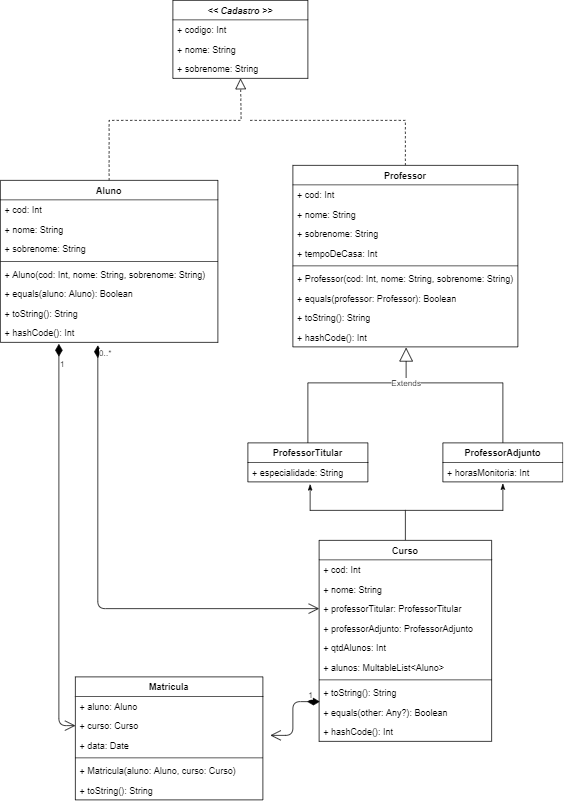
Earlier version of the draw.io export UML.png (btmluiz/digitalhouse-desafio-kotlin). Source tidied: cells renumbered, new cells last; positions are measured from the earlier drawing's top-left corner, leaving out a move shared by most shapes.
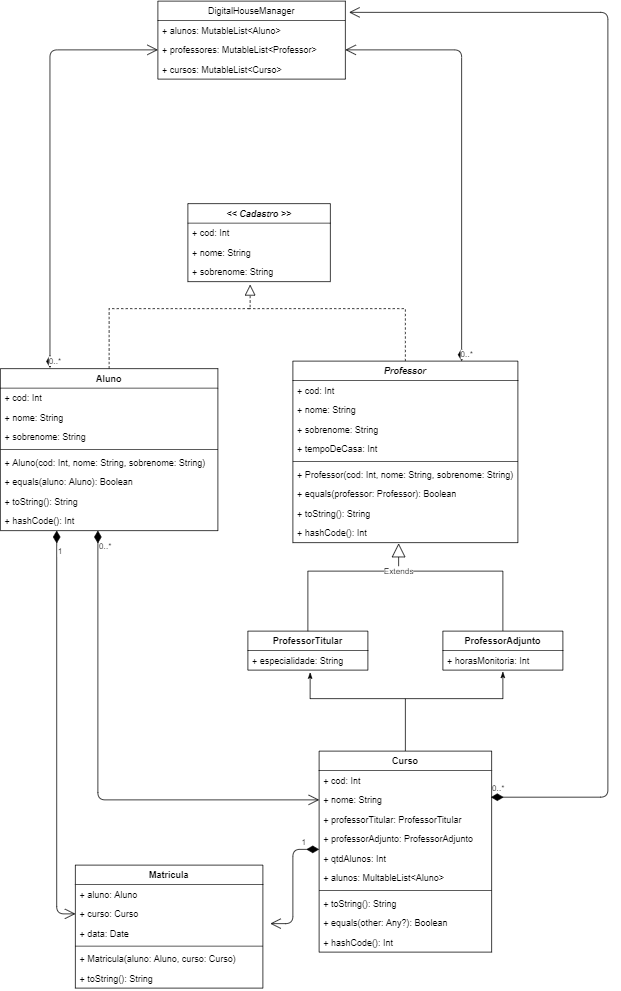
After the change.

Change to the diagram source:
```diff
@@ -2,11 +2,11 @@
   <root>
     <mxCell id="0" />
     <mxCell id="1" parent="0" />
-    <mxCell id="2" style="endArrow=block;dashed=1;endFill=0;endSize=12;html=1;exitX=0.5;exitY=0;exitDx=0;exitDy=0;rounded=0;" parent="1" edge="1" source="36" target="27">
+    <mxCell id="2" style="endArrow=block;dashed=1;endFill=0;endSize=12;html=1;exitX=0.5;exitY=0;exitDx=0;exitDy=0;entryX=0.437;entryY=1.154;entryDx=0;entryDy=0;entryPerimeter=0;rounded=0;" parent="1" edge="1" source="36" target="27">
       <mxGeometry relative="1" as="geometry">
         <Array as="points">
           <mxPoint x="145" y="160" />
-          <mxPoint x="321" y="160" />
+          <mxPoint x="333" y="160" />
         </Array>
       </mxGeometry>
     </mxCell>
@@ -26,6 +26,18 @@
         </Array>
       </mxGeometry>
     </mxCell>
+    <mxCell id="56" value="DigitalHouseManager" style="swimlane;fontStyle=0;horizontal=1;startSize=26;fillColor=none;" parent="1" vertex="1">
+      <mxGeometry x="210" y="-250" width="250" height="104" as="geometry" />
+    </mxCell>
+    <mxCell id="57" value="+ alunos: MutableList&lt;Aluno&gt;" style="text;strokeColor=none;fillColor=none;align=left;verticalAlign=top;spacingLeft=4;spacingRight=4;overflow=hidden;" parent="56" vertex="1">
+      <mxGeometry y="26" width="250" height="26" as="geometry" />
+    </mxCell>
+    <mxCell id="58" value="+ professores: MutableList&lt;Professor&gt;" style="text;strokeColor=none;fillColor=none;align=left;verticalAlign=top;spacingLeft=4;spacingRight=4;overflow=hidden;points=[[0,0.5],[1,0.5]];portConstraint=eastwest;" parent="56" vertex="1">
+      <mxGeometry y="52" width="250" height="26" as="geometry" />
+    </mxCell>
+    <mxCell id="59" value="+ cursos: MutableList&lt;Curso&gt;" style="text;strokeColor=none;fillColor=none;align=left;verticalAlign=top;spacingLeft=4;spacingRight=4;overflow=hidden;" parent="56" vertex="1">
+      <mxGeometry y="78" width="250" height="26" as="geometry" />
+    </mxCell>
     <mxCell id="5" value="ProfessorAdjunto" style="swimlane;fontStyle=1;align=center;verticalAlign=top;horizontal=1;startSize=26;" parent="1" vertex="1">
       <mxGeometry x="590" y="590" width="160" height="52" as="geometry" />
     </mxCell>
@@ -38,12 +50,11 @@
     <mxCell id="8" value="+ especialidade: String" style="text;strokeColor=none;fillColor=none;align=left;verticalAlign=top;spacingLeft=4;spacingRight=4;overflow=hidden;points=[[0,0.5],[1,0.5]];portConstraint=eastwest;" parent="7" vertex="1">
       <mxGeometry y="26" width="160" height="26" as="geometry" />
     </mxCell>
-    <mxCell id="9" value="Extends" style="endArrow=block;endSize=16;endFill=0;html=1;exitX=0.5;exitY=0;exitDx=0;exitDy=0;rounded=0;" parent="1" edge="1" source="7">
-      <mxGeometry x="0.64" relative="1" as="geometry">
-        <mxPoint x="541" y="463" as="targetPoint" />
+    <mxCell id="9" value="Extends" style="endArrow=block;endSize=16;endFill=0;html=1;exitX=0.5;exitY=0;exitDx=0;exitDy=0;rounded=0;entryX=0.47;entryY=1.038;entryDx=0;entryDy=0;entryPerimeter=0;" parent="1" edge="1" source="7" target="23">
+      <mxGeometry x="0.69" relative="1" as="geometry">
         <Array as="points">
           <mxPoint x="410" y="510" />
-          <mxPoint x="541" y="510" />
+          <mxPoint x="531" y="510" />
         </Array>
       </mxGeometry>
     </mxCell>
@@ -63,22 +74,18 @@
         </Array>
       </mxGeometry>
     </mxCell>
-    <mxCell id="12" value="0..*" style="endArrow=open;html=1;endSize=12;startArrow=diamondThin;startSize=14;startFill=1;edgeStyle=orthogonalEdgeStyle;align=left;verticalAlign=bottom;entryX=0;entryY=0.5;entryDx=0;entryDy=0;exitX=0.448;exitY=1.154;exitDx=0;exitDy=0;exitPerimeter=0;" parent="1" edge="1" source="44" target="48">
-      <mxGeometry x="-0.94" relative="1" as="geometry">
+    <mxCell id="12" value="0..*" style="endArrow=open;html=1;endSize=12;startArrow=diamondThin;startSize=14;startFill=1;edgeStyle=orthogonalEdgeStyle;align=left;verticalAlign=bottom;entryX=0;entryY=0.5;entryDx=0;entryDy=0;" parent="1" edge="1" source="44" target="47">
+      <mxGeometry x="-0.91" relative="1" as="geometry">
         <Array as="points">
-          <mxPoint x="130" y="811" />
+          <mxPoint x="130" y="815" />
         </Array>
       </mxGeometry>
     </mxCell>
-    <mxCell id="13" value="1" style="endArrow=open;html=1;endSize=12;startArrow=diamondThin;startSize=14;startFill=1;edgeStyle=orthogonalEdgeStyle;align=left;verticalAlign=bottom;entryX=0;entryY=0.5;entryDx=0;entryDy=0;exitX=0.269;exitY=1.077;exitDx=0;exitDy=0;exitPerimeter=0;" parent="1" edge="1" source="44" target="30">
-      <mxGeometry x="-0.86" relative="1" as="geometry">
-        <Array as="points">
-          <mxPoint x="78" y="967" />
-        </Array>
-      </mxGeometry>
+    <mxCell id="13" value="1" style="endArrow=open;html=1;endSize=12;startArrow=diamondThin;startSize=14;startFill=1;edgeStyle=orthogonalEdgeStyle;align=left;verticalAlign=bottom;entryX=0;entryY=0.5;entryDx=0;entryDy=0;exitX=0.259;exitY=1;exitDx=0;exitDy=0;exitPerimeter=0;" parent="1" edge="1" source="44" target="30">
+      <mxGeometry x="-0.86" relative="1" as="geometry" />
     </mxCell>
-    <mxCell id="14" value="Professor" style="swimlane;fontStyle=1;align=center;verticalAlign=top;horizontal=1;startSize=26;" parent="1" vertex="1">
-      <mxGeometry x="390" y="220" width="300" height="242" as="geometry" />
+    <mxCell id="14" value="Professor" style="swimlane;fontStyle=3;align=center;verticalAlign=top;horizontal=1;startSize=26;" parent="1" vertex="1">
+      <mxGeometry x="390" y="230" width="300" height="242" as="geometry" />
     </mxCell>
     <mxCell id="15" value="+ cod: Int" style="text;strokeColor=none;fillColor=none;align=left;verticalAlign=top;spacingLeft=4;spacingRight=4;overflow=hidden;" parent="14" vertex="1">
       <mxGeometry y="26" width="300" height="26" as="geometry" />
@@ -108,16 +115,16 @@
       <mxGeometry y="216" width="300" height="26" as="geometry" />
     </mxCell>
     <mxCell id="24" value="&lt;&lt; Cadastro &gt;&gt;" style="swimlane;fontStyle=3;align=center;verticalAlign=top;horizontal=1;startSize=26;" parent="1" vertex="1">
-      <mxGeometry x="230" width="180" height="104" as="geometry" />
+      <mxGeometry x="250" y="20" width="190" height="104" as="geometry" />
     </mxCell>
-    <mxCell id="25" value="+ codigo: Int" style="text;strokeColor=none;fillColor=none;align=left;verticalAlign=top;spacingLeft=4;spacingRight=4;overflow=hidden;" parent="24" vertex="1">
-      <mxGeometry y="26" width="180" height="26" as="geometry" />
+    <mxCell id="25" value="+ cod: Int" style="text;strokeColor=none;fillColor=none;align=left;verticalAlign=top;spacingLeft=4;spacingRight=4;overflow=hidden;" parent="24" vertex="1">
+      <mxGeometry y="26" width="190" height="26" as="geometry" />
     </mxCell>
     <mxCell id="26" value="+ nome: String" style="text;strokeColor=none;fillColor=none;align=left;verticalAlign=top;spacingLeft=4;spacingRight=4;overflow=hidden;" parent="24" vertex="1">
-      <mxGeometry y="52" width="180" height="26" as="geometry" />
+      <mxGeometry y="52" width="190" height="26" as="geometry" />
     </mxCell>
     <mxCell id="27" value="+ sobrenome: String" style="text;strokeColor=none;fillColor=none;align=left;verticalAlign=top;spacingLeft=4;spacingRight=4;overflow=hidden;points=[[0,0.5],[1,0.5]];portConstraint=eastwest;" parent="24" vertex="1">
-      <mxGeometry y="78" width="180" height="26" as="geometry" />
+      <mxGeometry y="78" width="190" height="26" as="geometry" />
     </mxCell>
     <mxCell id="28" value="Matricula" style="swimlane;fontStyle=1;align=center;verticalAlign=top;horizontal=1;startSize=26;" parent="1" vertex="1">
       <mxGeometry x="100" y="902" width="250" height="164" as="geometry" />
@@ -140,10 +147,10 @@
     <mxCell id="34" value="+ toString(): String" style="text;strokeColor=none;fillColor=none;align=left;verticalAlign=top;spacingLeft=4;spacingRight=4;overflow=hidden;" parent="28" vertex="1">
       <mxGeometry y="138" width="250" height="26" as="geometry" />
     </mxCell>
-    <mxCell id="35" value="1" style="endArrow=open;html=1;endSize=12;startArrow=diamondThin;startSize=14;startFill=1;edgeStyle=orthogonalEdgeStyle;align=left;verticalAlign=bottom;exitX=0.004;exitY=-0.038;exitDx=0;exitDy=0;exitPerimeter=0;entryX=1.04;entryY=0;entryDx=0;entryDy=0;entryPerimeter=0;" parent="1" edge="1" source="54" target="31">
+    <mxCell id="35" value="1" style="endArrow=open;html=1;endSize=12;startArrow=diamondThin;startSize=14;startFill=1;edgeStyle=orthogonalEdgeStyle;align=left;verticalAlign=bottom;entryX=1.04;entryY=0;entryDx=0;entryDy=0;entryPerimeter=0;" parent="1" edge="1" source="50" target="31">
       <mxGeometry x="-0.7" relative="1" as="geometry">
         <Array as="points">
-          <mxPoint x="390" y="935" />
+          <mxPoint x="390" y="881" />
           <mxPoint x="390" y="980" />
         </Array>
       </mxGeometry>
@@ -175,8 +182,30 @@
     <mxCell id="44" value="+ hashCode(): Int" style="text;strokeColor=none;fillColor=none;align=left;verticalAlign=top;spacingLeft=4;spacingRight=4;overflow=hidden;points=[[0,0.5],[1,0.5]];portConstraint=eastwest;" parent="36" vertex="1">
       <mxGeometry y="190" width="290" height="26" as="geometry" />
     </mxCell>
+    <mxCell id="60" value="0..*" style="endArrow=open;html=1;endSize=12;startArrow=diamondThin;startSize=14;startFill=1;edgeStyle=orthogonalEdgeStyle;align=left;verticalAlign=bottom;exitX=0.228;exitY=-0.005;exitDx=0;exitDy=0;exitPerimeter=0;entryX=0;entryY=0.5;entryDx=0;entryDy=0;" parent="1" edge="1" source="36" target="58">
+      <mxGeometry x="-1" y="3" relative="1" as="geometry">
+        <Array as="points">
+          <mxPoint x="66" y="-185" />
+        </Array>
+      </mxGeometry>
+    </mxCell>
+    <mxCell id="61" value="0..*" style="endArrow=open;html=1;endSize=12;startArrow=diamondThin;startSize=14;startFill=1;edgeStyle=orthogonalEdgeStyle;align=left;verticalAlign=bottom;entryX=1;entryY=0.5;entryDx=0;entryDy=0;exitX=0.75;exitY=0;exitDx=0;exitDy=0;" parent="1" edge="1" source="14" target="58">
+      <mxGeometry x="-1" y="3" relative="1" as="geometry">
+        <Array as="points">
+          <mxPoint x="615" y="-185" />
+        </Array>
+      </mxGeometry>
+    </mxCell>
+    <mxCell id="62" value="0..*" style="endArrow=open;html=1;endSize=12;startArrow=diamondThin;startSize=14;startFill=1;edgeStyle=orthogonalEdgeStyle;align=left;verticalAlign=bottom;exitX=0.996;exitY=0.363;exitDx=0;exitDy=0;entryX=1.02;entryY=0.144;entryDx=0;entryDy=0;entryPerimeter=0;exitPerimeter=0;" parent="1" edge="1" source="47" target="56">
+      <mxGeometry x="-1" y="3" relative="1" as="geometry">
+        <Array as="points">
+          <mxPoint x="810" y="811" />
+          <mxPoint x="810" y="-235" />
+        </Array>
+      </mxGeometry>
+    </mxCell>
     <mxCell id="45" value="Curso" style="swimlane;fontStyle=1;align=center;verticalAlign=top;horizontal=1;startSize=26;" parent="1" vertex="1">
-      <mxGeometry x="425" y="720" width="230" height="268" as="geometry" />
+      <mxGeometry x="425" y="750" width="230" height="268" as="geometry" />
     </mxCell>
     <mxCell id="46" value="+ cod: Int" style="text;strokeColor=none;fillColor=none;align=left;verticalAlign=top;spacingLeft=4;spacingRight=4;overflow=hidden;" parent="45" vertex="1">
       <mxGeometry y="26" width="230" height="26" as="geometry" />
```
